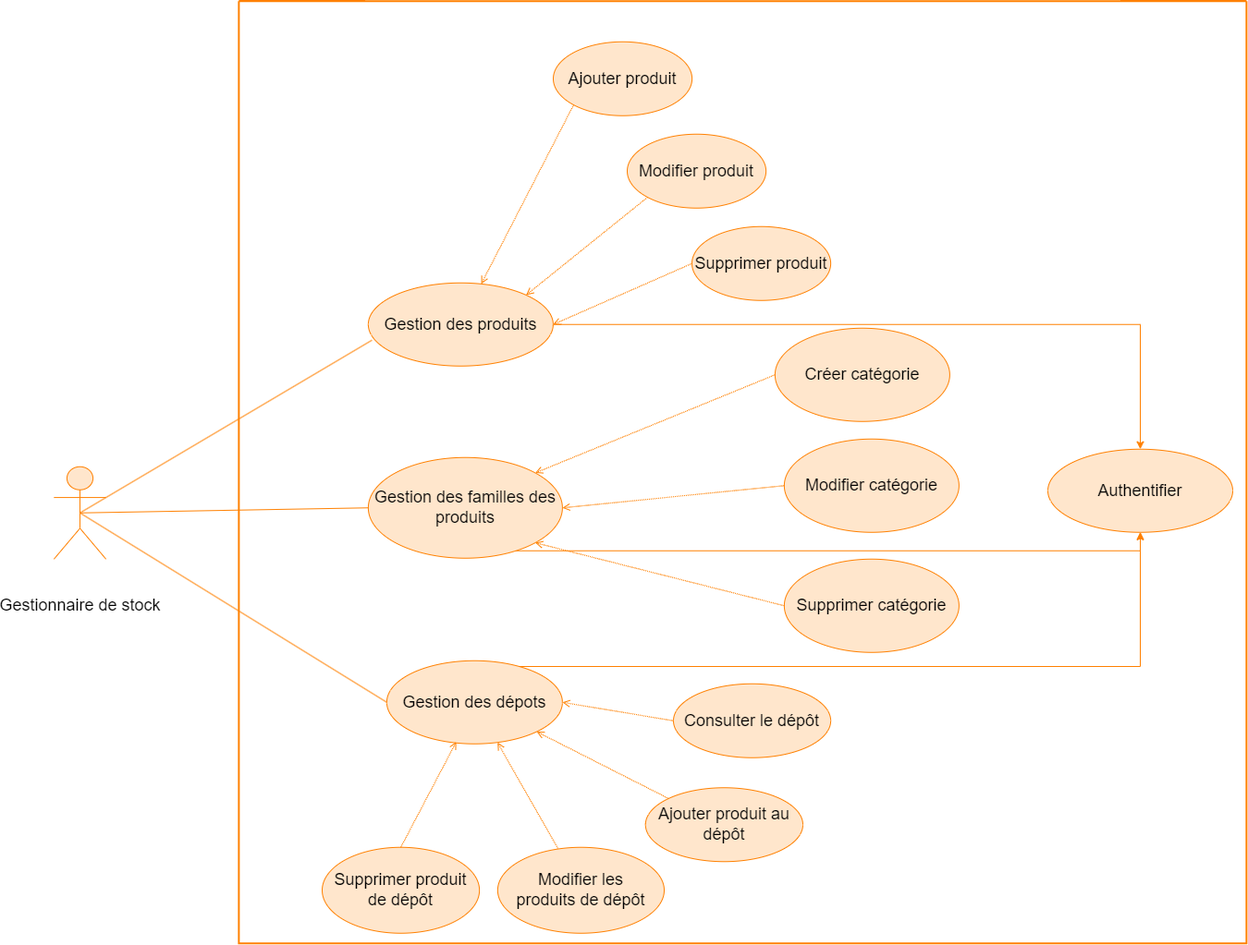
Before: images/usecas GS.png, a diagram exported from draw.io (alizhassane/pfe). Source tidied: cells renumbered, new cells last; positions are measured from the earlier drawing's top-left corner, leaving out a move shared by most shapes.
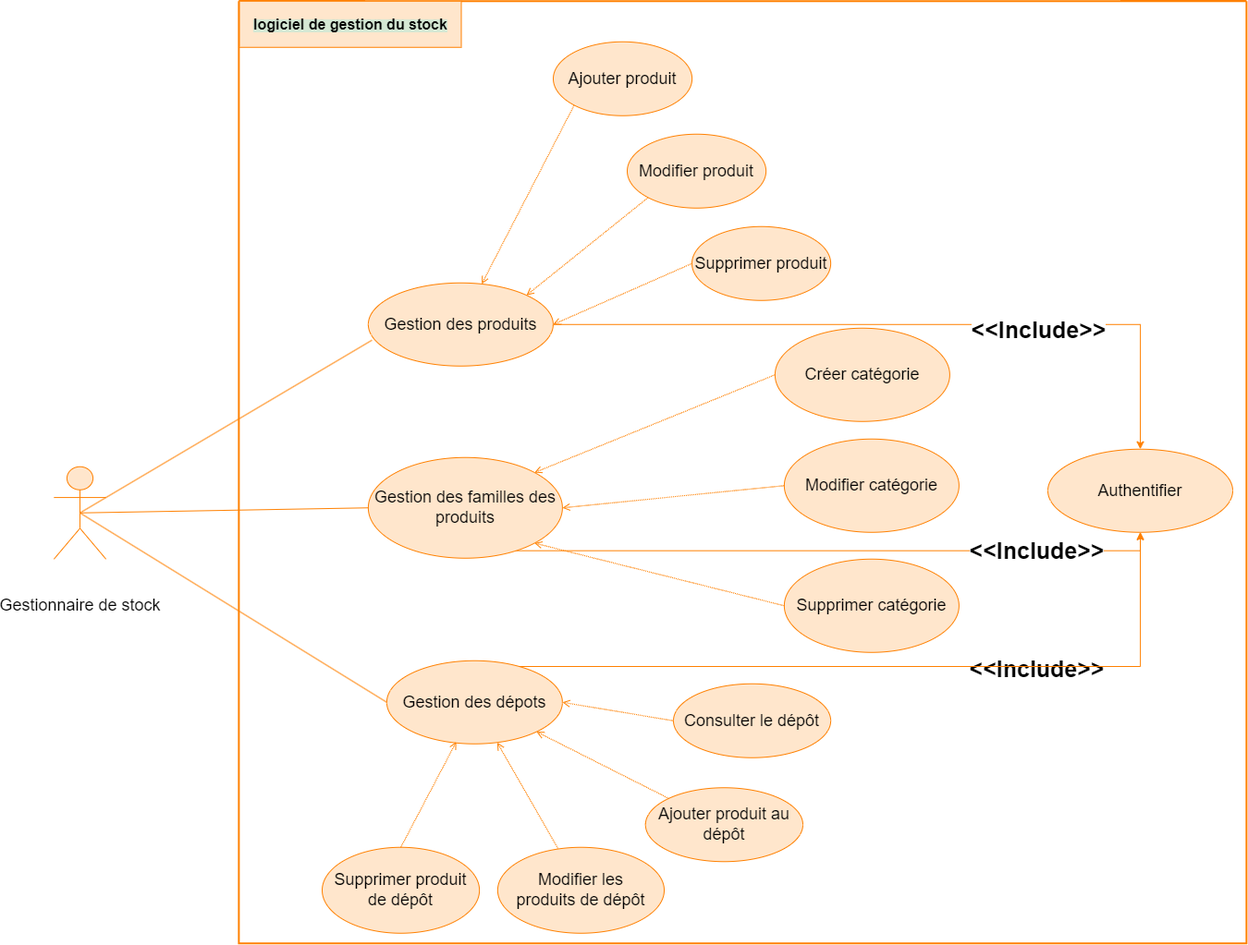
After the commit.

Diff of the diagram source:
```diff
@@ -99,12 +99,30 @@
     <mxCell id="32" style="swimlane;startSize=0;strokeWidth=2;strokeColor=#FF8000;align=center;verticalAlign=middle;fontFamily=Helvetica;fontSize=12;fontColor=default;fillColor=#FFE6CC;" parent="1" vertex="1">
       <mxGeometry x="199.9" y="-0.2" width="1090" height="1020" as="geometry" />
     </mxCell>
-    <mxCell id="33" style="edgeStyle=orthogonalEdgeStyle;rounded=0;jettySize=auto;html=1;strokeColor=#FF8000;align=center;verticalAlign=middle;fontFamily=Helvetica;fontSize=12;fontColor=default;fillColor=#FFE6CC;entryX=0.5;entryY=1;entryDx=0;entryDy=0;" parent="1" edge="1" source="16" target="31">
-      <mxGeometry relative="1" as="geometry">
-        <Array as="points">
-          <mxPoint x="1175" y="720" />
-        </Array>
-      </mxGeometry>
+    <mxCell id="33" value="&lt;span style=&quot;background-color: rgb(213, 232, 212);&quot;&gt;&lt;font style=&quot;font-size: 16px;&quot;&gt;logiciel de gestion du stock&lt;/font&gt;&lt;/span&gt;" style="html=1;whiteSpace=wrap;fontSize=12;fontStyle=1;strokeColor=#FF8000;align=center;verticalAlign=middle;fontFamily=Helvetica;fontColor=default;fillColor=#FFE6CC;" parent="32" vertex="1">
+      <mxGeometry x="0.6" width="240" height="50" as="geometry" />
     </mxCell>
+    <mxCell id="34" value="&lt;font style=&quot;font-size: 25px;&quot;&gt;&amp;lt;&amp;lt;Include&amp;gt;&amp;gt;&lt;/font&gt;" style="edgeLabel;html=1;align=center;verticalAlign=middle;rotation=0;fontSize=12;fontStyle=1;strokeColor=#FF8000;fontFamily=Helvetica;fontColor=default;fillColor=#FFE6CC;" parent="32" vertex="1">
+      <mxGeometry x="875.1" y="325.2" as="geometry">
+        <mxPoint x="-11" y="29" as="offset" />
+      </mxGeometry>
+    </mxCell>
+    <mxCell id="35" value="&lt;font style=&quot;font-size: 25px;&quot;&gt;&amp;lt;&amp;lt;Include&amp;gt;&amp;gt;&lt;/font&gt;" style="edgeLabel;html=1;align=center;verticalAlign=middle;rotation=0;fontSize=12;fontStyle=1;strokeColor=#FF8000;fontFamily=Helvetica;fontColor=default;fillColor=#FFE6CC;" parent="32" vertex="1">
+      <mxGeometry x="873.1" y="564.2" as="geometry">
+        <mxPoint x="-11" y="29" as="offset" />
+      </mxGeometry>
+    </mxCell>
+    <mxCell id="36" value="&lt;font style=&quot;font-size: 25px;&quot;&gt;&amp;lt;&amp;lt;Include&amp;gt;&amp;gt;&lt;/font&gt;" style="edgeLabel;html=1;align=center;verticalAlign=middle;rotation=0;fontSize=12;fontStyle=1;strokeColor=#FF8000;fontFamily=Helvetica;fontColor=default;fillColor=#FFE6CC;" parent="32" vertex="1">
+      <mxGeometry x="873.1" y="692.2" as="geometry">
+        <mxPoint x="-11" y="29" as="offset" />
+      </mxGeometry>
+    </mxCell>
+    <mxCell id="37" style="edgeStyle=orthogonalEdgeStyle;rounded=0;jettySize=auto;html=1;strokeColor=#FF8000;align=center;verticalAlign=middle;fontFamily=Helvetica;fontSize=12;fontColor=default;fillColor=#FFE6CC;entryX=0.5;entryY=1;entryDx=0;entryDy=0;" parent="1" edge="1" source="16" target="31">
+      <mxGeometry relative="1" as="geometry">
+        <Array as="points">
+          <mxPoint x="1175" y="720" />
+        </Array>
+      </mxGeometry>
+    </mxCell>
   </root>
 </mxGraphModel>
```
